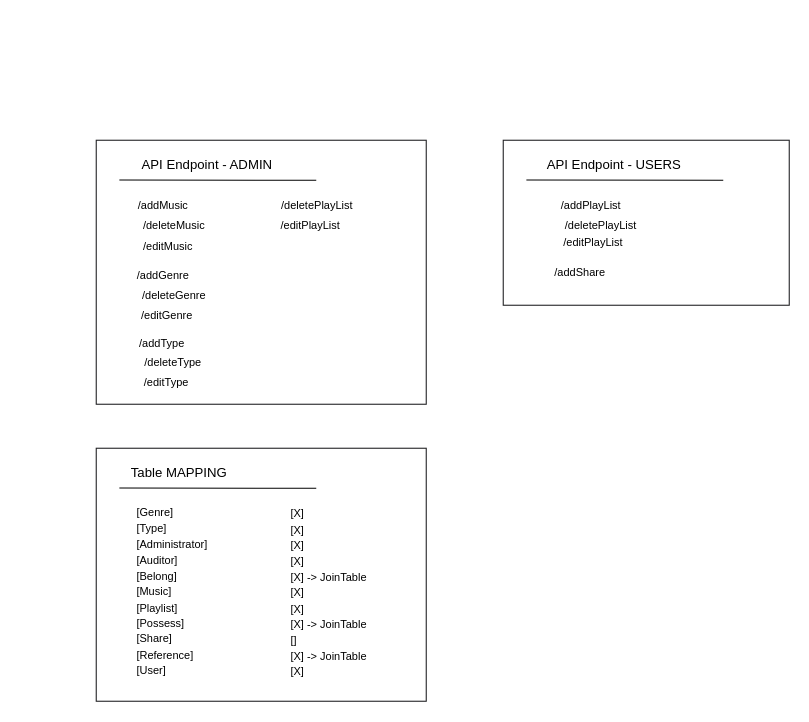
The draw.io diagram Schéma Endpoint.drawio in Zacharie-Julien/SpotiHome-VUE, before the edit. Source tidied: cells renumbered, new cells numbered last; positions are measured from the earlier drawing's top-left corner, leaving out a move shared by most shapes. Both pictures are drawn from the tidied source at 110%, with x=0, y=0 at pixel (96, 140).
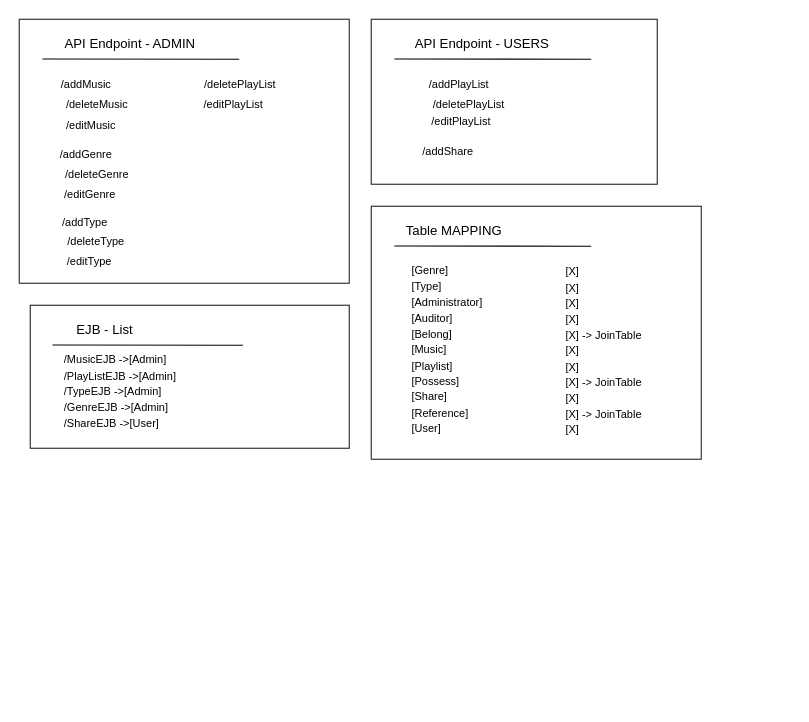
The same diagram, later.

Commit message:
Mettre à jour Schéma Endpoint.drawio

Diff of the diagram source:
```diff
@@
     <mxCell id="2" style="group;" parent="1" vertex="1">
-      <mxGeometry width="300" height="240" as="geometry" />
+      <mxGeometry x="-70" y="-110" width="300" height="240" as="geometry" />
     </mxCell>
@@
     <mxCell id="17" style="group;" parent="1" vertex="1">
-      <mxGeometry x="370" width="260" height="150" as="geometry" />
+      <mxGeometry x="250" y="-110" width="260" height="150" as="geometry" />
     </mxCell>
@@
+    <mxCell id="30" style="group;" parent="1" vertex="1">
+      <mxGeometry x="-60" y="150" width="290" height="240" as="geometry" />
+    </mxCell>
+    <mxCell id="31" style="rounded=0;whiteSpace=wrap;html=1;fillColor=light-dark(#FFFFFF,#242426);strokeColor=light-dark(#242426,#242426);" parent="30" vertex="1">
+      <mxGeometry width="290" height="130" as="geometry" />
+    </mxCell>
+    <mxCell id="32" value="&lt;div align=&quot;left&quot;&gt;&lt;font style=&quot;font-size: 10px; color: light-dark(rgb(0, 0, 0), rgb(96, 114, 250));&quot;&gt;/MusicEJB&lt;/font&gt;&lt;font style=&quot;font-size: 10px; color: light-dark(rgb(0, 0, 0), rgb(96, 114, 250));&quot;&gt; -&amp;gt;[Admin]&lt;/font&gt;&lt;/div&gt;&lt;div align=&quot;left&quot;&gt;&lt;font style=&quot;font-size: 10px; color: light-dark(rgb(0, 0, 0), rgb(96, 114, 250));&quot;&gt;/PlayListEJB -&amp;gt;[Admin]&lt;/font&gt;&lt;/div&gt;&lt;div align=&quot;left&quot;&gt;&lt;font style=&quot;font-size: 10px; color: light-dark(rgb(0, 0, 0), rgb(96, 114, 250));&quot;&gt;/TypeEJB -&amp;gt;[Admin]&lt;/font&gt;&lt;/div&gt;&lt;div align=&quot;left&quot;&gt;&lt;font style=&quot;font-size: 10px; color: light-dark(rgb(0, 0, 0), rgb(96, 114, 250));&quot;&gt;/GenreEJB -&amp;gt;[Admin]&lt;/font&gt;&lt;/div&gt;&lt;div&gt;&lt;div align=&quot;left&quot;&gt;&lt;font style=&quot;font-size: 10px; color: light-dark(rgb(0, 0, 0), rgb(96, 114, 250));&quot;&gt;/ShareEJB -&amp;gt;[User]&lt;/font&gt;&lt;/div&gt;&lt;br&gt;&lt;/div&gt;" style="text;html=1;align=left;verticalAlign=middle;whiteSpace=wrap;rounded=0;fontFamily=Nerd;" parent="30" vertex="1">
+      <mxGeometry x="29" y="-10" width="141" height="190" as="geometry" />
+    </mxCell>
+    <mxCell id="33" value="EJB - List" style="text;html=1;align=center;verticalAlign=middle;whiteSpace=wrap;rounded=0;fontFamily=Nerd;fontColor=light-dark(#000000,#B2B0BF);" parent="30" vertex="1">
+      <mxGeometry x="20.3" y="9.1" width="95.7" height="27.3" as="geometry" />
+    </mxCell>
+    <mxCell id="34" style="endArrow=none;html=1;rounded=0;fontColor=light-dark(#000000,#B2B0BF);strokeColor=light-dark(#000000,#B2B0BF);" parent="30" edge="1">
+      <mxGeometry relative="1" as="geometry">
+        <mxPoint x="20.3" y="36.1" as="sourcePoint" />
+        <mxPoint x="193.3" y="36.4" as="targetPoint" />
+      </mxGeometry>
+    </mxCell>
+    <mxCell id="35" style="group;" parent="1" vertex="1">
+      <mxGeometry x="250" y="60" width="300" height="231" as="geometry" />
+    </mxCell>
-    <mxCell id="25" style="rounded=0;whiteSpace=wrap;html=1;fillColor=light-dark(#FFFFFF,#242426);strokeColor=light-dark(#242426,#242426);" parent="1" vertex="1">
-      <mxGeometry y="280" width="300" height="230" as="geometry" />
+    <mxCell id="25" style="rounded=0;whiteSpace=wrap;html=1;fillColor=light-dark(#FFFFFF,#242426);strokeColor=light-dark(#242426,#242426);" parent="35" vertex="1">
+      <mxGeometry width="300" height="230" as="geometry" />
     </mxCell>
-    <mxCell id="26" value="Table MAPPING" style="text;html=1;align=center;verticalAlign=middle;whiteSpace=wrap;rounded=0;fontFamily=Nerd;fontColor=light-dark(#000000,#B2B0BF);" parent="1" vertex="1">
-      <mxGeometry x="21" y="289.1" width="109" height="27.3" as="geometry" />
+    <mxCell id="26" value="Table MAPPING" style="text;html=1;align=center;verticalAlign=middle;whiteSpace=wrap;rounded=0;fontFamily=Nerd;fontColor=light-dark(#000000,#B2B0BF);" parent="35" vertex="1">
+      <mxGeometry x="21" y="9.1" width="109" height="27.3" as="geometry" />
     </mxCell>
-    <mxCell id="27" style="endArrow=none;html=1;rounded=0;fontColor=light-dark(#000000,#B2B0BF);strokeColor=light-dark(#000000,#B2B0BF);" parent="1" edge="1">
+    <mxCell id="27" style="endArrow=none;html=1;rounded=0;fontColor=light-dark(#000000,#B2B0BF);strokeColor=light-dark(#000000,#B2B0BF);" parent="35" edge="1">
       <mxGeometry relative="1" as="geometry">
-        <mxPoint x="21" y="316.1" as="sourcePoint" />
-        <mxPoint x="200" y="316.4" as="targetPoint" />
+        <mxPoint x="21" y="36.1" as="sourcePoint" />
+        <mxPoint x="200" y="36.4" as="targetPoint" />
       </mxGeometry>
     </mxCell>
-    <mxCell id="28" value="&lt;div align=&quot;left&quot;&gt;&lt;font style=&quot;font-size: 10px; color: light-dark(rgb(0, 0, 0), rgb(67, 194, 63));&quot;&gt;[Genre]&lt;/font&gt;&lt;/div&gt;&lt;div align=&quot;left&quot;&gt;&lt;font style=&quot;font-size: 10px; color: light-dark(rgb(0, 0, 0), rgb(67, 194, 63));&quot;&gt;[Type]&lt;/font&gt;&lt;/div&gt;&lt;div align=&quot;left&quot;&gt;&lt;font style=&quot;font-size: 10px; color: light-dark(rgb(0, 0, 0), rgb(67, 194, 63));&quot;&gt;[Administrator]&lt;/font&gt;&lt;/div&gt;&lt;div align=&quot;left&quot;&gt;&lt;font style=&quot;font-size: 10px; color: light-dark(rgb(0, 0, 0), rgb(67, 194, 63));&quot;&gt;[Auditor]&lt;/font&gt;&lt;/div&gt;&lt;div align=&quot;left&quot;&gt;&lt;font style=&quot;font-size: 10px; color: light-dark(rgb(0, 0, 0), rgb(67, 194, 63));&quot;&gt;[Belong]&lt;/font&gt;&lt;/div&gt;&lt;div align=&quot;left&quot;&gt;&lt;font style=&quot;font-size: 10px; color: light-dark(rgb(0, 0, 0), rgb(67, 194, 63));&quot;&gt;[Music]&lt;/font&gt;&lt;/div&gt;&lt;div align=&quot;left&quot;&gt;&lt;font style=&quot;font-size: 10px; color: light-dark(rgb(0, 0, 0), rgb(67, 194, 63));&quot;&gt;[Playlist]&lt;/font&gt;&lt;/div&gt;&lt;div align=&quot;left&quot;&gt;&lt;font style=&quot;font-size: 10px; color: light-dark(rgb(0, 0, 0), rgb(67, 194, 63));&quot;&gt;[Possess]&lt;/font&gt;&lt;/div&gt;&lt;div align=&quot;left&quot;&gt;&lt;font style=&quot;font-size: 10px; color: light-dark(rgb(0, 0, 0), rgb(67, 194, 63));&quot;&gt;[Share]&lt;/font&gt;&lt;/div&gt;&lt;div align=&quot;left&quot;&gt;&lt;font style=&quot;font-size: 10px; color: light-dark(rgb(0, 0, 0), rgb(67, 194, 63));&quot;&gt;[Reference]&lt;/font&gt;&lt;/div&gt;&lt;div align=&quot;left&quot;&gt;&lt;font style=&quot;font-size: 10px; color: light-dark(rgb(0, 0, 0), rgb(67, 194, 63));&quot;&gt;[User]&lt;/font&gt;&lt;/div&gt;" style="text;html=1;align=left;verticalAlign=middle;whiteSpace=wrap;rounded=0;fontFamily=Nerd;" parent="1" vertex="1">
-      <mxGeometry x="35" y="310" width="140" height="200" as="geometry" />
+    <mxCell id="28" value="&lt;div align=&quot;left&quot;&gt;&lt;font style=&quot;font-size: 10px; color: light-dark(rgb(0, 0, 0), rgb(67, 194, 63));&quot;&gt;[Genre]&lt;/font&gt;&lt;/div&gt;&lt;div align=&quot;left&quot;&gt;&lt;font style=&quot;font-size: 10px; color: light-dark(rgb(0, 0, 0), rgb(67, 194, 63));&quot;&gt;[Type]&lt;/font&gt;&lt;/div&gt;&lt;div align=&quot;left&quot;&gt;&lt;font style=&quot;font-size: 10px; color: light-dark(rgb(0, 0, 0), rgb(67, 194, 63));&quot;&gt;[Administrator]&lt;/font&gt;&lt;/div&gt;&lt;div align=&quot;left&quot;&gt;&lt;font style=&quot;font-size: 10px; color: light-dark(rgb(0, 0, 0), rgb(67, 194, 63));&quot;&gt;[Auditor]&lt;/font&gt;&lt;/div&gt;&lt;div align=&quot;left&quot;&gt;&lt;font style=&quot;font-size: 10px; color: light-dark(rgb(0, 0, 0), rgb(67, 194, 63));&quot;&gt;[Belong]&lt;/font&gt;&lt;/div&gt;&lt;div align=&quot;left&quot;&gt;&lt;font style=&quot;font-size: 10px; color: light-dark(rgb(0, 0, 0), rgb(67, 194, 63));&quot;&gt;[Music]&lt;/font&gt;&lt;/div&gt;&lt;div align=&quot;left&quot;&gt;&lt;font style=&quot;font-size: 10px; color: light-dark(rgb(0, 0, 0), rgb(67, 194, 63));&quot;&gt;[Playlist]&lt;/font&gt;&lt;/div&gt;&lt;div align=&quot;left&quot;&gt;&lt;font style=&quot;font-size: 10px; color: light-dark(rgb(0, 0, 0), rgb(67, 194, 63));&quot;&gt;[Possess]&lt;/font&gt;&lt;/div&gt;&lt;div align=&quot;left&quot;&gt;&lt;font style=&quot;font-size: 10px; color: light-dark(rgb(0, 0, 0), rgb(67, 194, 63));&quot;&gt;[Share]&lt;/font&gt;&lt;/div&gt;&lt;div align=&quot;left&quot;&gt;&lt;font style=&quot;font-size: 10px; color: light-dark(rgb(0, 0, 0), rgb(67, 194, 63));&quot;&gt;[Reference]&lt;/font&gt;&lt;/div&gt;&lt;div align=&quot;left&quot;&gt;&lt;font style=&quot;font-size: 10px; color: light-dark(rgb(0, 0, 0), rgb(67, 194, 63));&quot;&gt;[User]&lt;/font&gt;&lt;/div&gt;" style="text;html=1;align=left;verticalAlign=middle;whiteSpace=wrap;rounded=0;fontFamily=Nerd;" parent="35" vertex="1">
+      <mxGeometry x="35" y="30" width="140" height="200" as="geometry" />
     </mxCell>
-    <mxCell id="29" value="&lt;div align=&quot;left&quot;&gt;&lt;font style=&quot;font-size: 10px; color: light-dark(rgb(0, 0, 0), rgb(237, 106, 94));&quot;&gt;[X]&lt;/font&gt;&lt;/div&gt;&lt;div align=&quot;left&quot;&gt;&lt;font style=&quot;font-size: 10px; color: light-dark(rgb(0, 0, 0), rgb(237, 106, 94));&quot;&gt;[X]&lt;/font&gt;&lt;/div&gt;&lt;div align=&quot;left&quot;&gt;&lt;font style=&quot;font-size: 10px; color: light-dark(rgb(0, 0, 0), rgb(237, 106, 94));&quot;&gt;[X]&lt;/font&gt;&lt;/div&gt;&lt;div align=&quot;left&quot;&gt;&lt;font style=&quot;font-size: 10px; color: light-dark(rgb(0, 0, 0), rgb(237, 106, 94));&quot;&gt;[X]&lt;/font&gt;&lt;/div&gt;&lt;div align=&quot;left&quot;&gt;&lt;font style=&quot;font-size: 10px; color: light-dark(rgb(0, 0, 0), rgb(237, 106, 94));&quot;&gt;[X] &lt;/font&gt;&lt;font style=&quot;font-size: 10px; color: light-dark(rgb(0, 0, 0), rgb(237, 106, 94));&quot;&gt;-&amp;gt; JoinTable &lt;/font&gt;&lt;br&gt;&lt;/div&gt;&lt;div align=&quot;left&quot;&gt;&lt;font style=&quot;font-size: 10px; color: light-dark(rgb(0, 0, 0), rgb(237, 106, 94));&quot;&gt;[X]&lt;/font&gt;&lt;/div&gt;&lt;div align=&quot;left&quot;&gt;&lt;font style=&quot;font-size: 10px; color: light-dark(rgb(0, 0, 0), rgb(237, 106, 94));&quot;&gt;[X]&lt;/font&gt;&lt;/div&gt;&lt;div align=&quot;left&quot;&gt;&lt;font style=&quot;font-size: 10px; color: light-dark(rgb(0, 0, 0), rgb(237, 106, 94));&quot;&gt;[X] &lt;/font&gt;&lt;font style=&quot;font-size: 10px; color: light-dark(rgb(0, 0, 0), rgb(237, 106, 94));&quot;&gt;-&amp;gt; JoinTable &lt;/font&gt;&lt;/div&gt;&lt;div align=&quot;left&quot;&gt;&lt;font style=&quot;font-size: 10px; color: light-dark(rgb(0, 0, 0), rgb(237, 106, 94));&quot;&gt;[]&lt;/font&gt;&lt;/div&gt;&lt;div align=&quot;left&quot;&gt;&lt;font style=&quot;font-size: 10px; color: light-dark(rgb(0, 0, 0), rgb(237, 106, 94));&quot;&gt;[X] -&amp;gt; JoinTable &lt;br&gt;&lt;/font&gt;&lt;/div&gt;&lt;div align=&quot;left&quot;&gt;&lt;font style=&quot;font-size: 10px; color: light-dark(rgb(0, 0, 0), rgb(237, 106, 94));&quot;&gt;[X]&lt;/font&gt;&lt;/div&gt;" style="text;html=1;align=left;verticalAlign=middle;whiteSpace=wrap;rounded=0;fontFamily=Nerd;" parent="1" vertex="1">
-      <mxGeometry x="175" y="311" width="105" height="200" as="geometry" />
+    <mxCell id="29" value="&lt;div align=&quot;left&quot;&gt;&lt;font style=&quot;font-size: 10px; color: light-dark(rgb(0, 0, 0), rgb(237, 106, 94));&quot;&gt;[X]&lt;/font&gt;&lt;/div&gt;&lt;div align=&quot;left&quot;&gt;&lt;font style=&quot;font-size: 10px; color: light-dark(rgb(0, 0, 0), rgb(237, 106, 94));&quot;&gt;[X]&lt;/font&gt;&lt;/div&gt;&lt;div align=&quot;left&quot;&gt;&lt;font style=&quot;font-size: 10px; color: light-dark(rgb(0, 0, 0), rgb(237, 106, 94));&quot;&gt;[X]&lt;/font&gt;&lt;/div&gt;&lt;div align=&quot;left&quot;&gt;&lt;font style=&quot;font-size: 10px; color: light-dark(rgb(0, 0, 0), rgb(237, 106, 94));&quot;&gt;[X]&lt;/font&gt;&lt;/div&gt;&lt;div align=&quot;left&quot;&gt;&lt;font style=&quot;font-size: 10px; color: light-dark(rgb(0, 0, 0), rgb(237, 106, 94));&quot;&gt;[X] &lt;/font&gt;&lt;font style=&quot;font-size: 10px; color: light-dark(rgb(0, 0, 0), rgb(237, 106, 94));&quot;&gt;-&amp;gt; JoinTable &lt;/font&gt;&lt;br&gt;&lt;/div&gt;&lt;div align=&quot;left&quot;&gt;&lt;font style=&quot;font-size: 10px; color: light-dark(rgb(0, 0, 0), rgb(237, 106, 94));&quot;&gt;[X]&lt;/font&gt;&lt;/div&gt;&lt;div align=&quot;left&quot;&gt;&lt;font style=&quot;font-size: 10px; color: light-dark(rgb(0, 0, 0), rgb(237, 106, 94));&quot;&gt;[X]&lt;/font&gt;&lt;/div&gt;&lt;div align=&quot;left&quot;&gt;&lt;font style=&quot;font-size: 10px; color: light-dark(rgb(0, 0, 0), rgb(237, 106, 94));&quot;&gt;[X] &lt;/font&gt;&lt;font style=&quot;font-size: 10px; color: light-dark(rgb(0, 0, 0), rgb(237, 106, 94));&quot;&gt;-&amp;gt; JoinTable &lt;/font&gt;&lt;/div&gt;&lt;div align=&quot;left&quot;&gt;&lt;font style=&quot;font-size: 10px; color: light-dark(rgb(0, 0, 0), rgb(237, 106, 94));&quot;&gt;[X]&lt;/font&gt;&lt;/div&gt;&lt;div align=&quot;left&quot;&gt;&lt;font style=&quot;font-size: 10px; color: light-dark(rgb(0, 0, 0), rgb(237, 106, 94));&quot;&gt;[X] -&amp;gt; JoinTable &lt;br&gt;&lt;/font&gt;&lt;/div&gt;&lt;div align=&quot;left&quot;&gt;&lt;font style=&quot;font-size: 10px; color: light-dark(rgb(0, 0, 0), rgb(237, 106, 94));&quot;&gt;[X]&lt;/font&gt;&lt;/div&gt;" style="text;html=1;align=left;verticalAlign=middle;whiteSpace=wrap;rounded=0;fontFamily=Nerd;" parent="35" vertex="1">
+      <mxGeometry x="175" y="31" width="105" height="200" as="geometry" />
     </mxCell>
```
